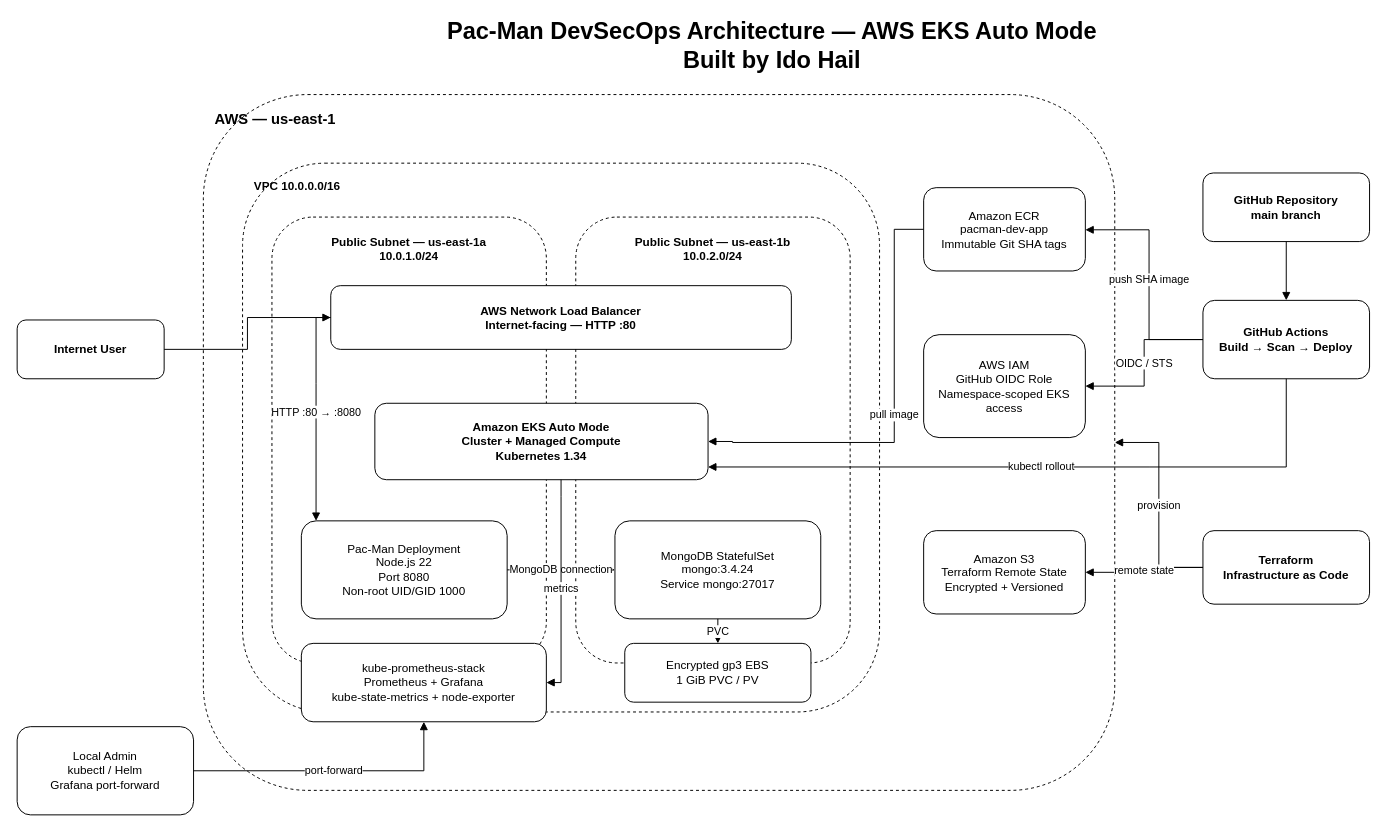
Earlier version of the draw.io diagram docs/architecture.drawio (ido-hail/pacman-project). Source tidied: cells renumbered, new cells numbered last; positions are measured from the earlier drawing's top-left corner, leaving out a move shared by most shapes. Both pictures are drawn from the tidied source at 98%, with x=0, y=0 at pixel (17, 25).
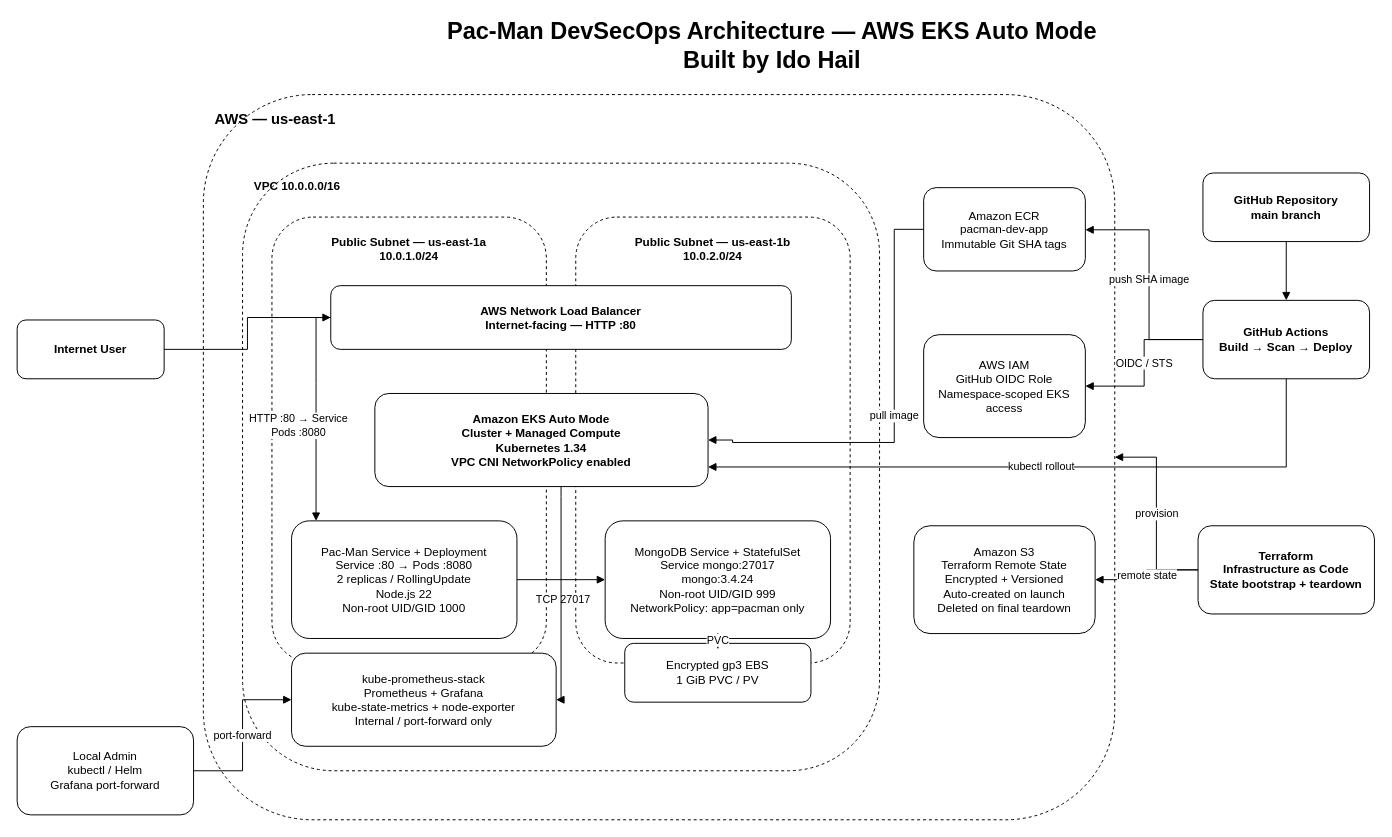
The same diagram, later.

Commit message (it also covers changes not shown here):
finalize project architecture diagram [skip ci]

The change refers to these unchanged cells:
```xml
<mxCell id="8" value="AWS Network Load Balancer&#10;Internet-facing — HTTP :80" style="rounded=1;whiteSpace=wrap;html=1;align=center;verticalAlign=middle;fontStyle=1;" parent="1" vertex="1">
  <mxGeometry x="320" y="265" width="470" height="65" as="geometry" />
</mxCell>
```

Change to the diagram source:
```diff
@@
     <mxCell id="4" value="AWS — us-east-1" style="rounded=1;whiteSpace=wrap;html=1;dashed=1;verticalAlign=top;align=left;spacingTop=10;spacingLeft=10;fontStyle=1;fontSize=15;" parent="1" vertex="1">
-      <mxGeometry x="190" y="70" width="930" height="710" as="geometry" />
+      <mxGeometry x="190" y="70" width="930" height="740" as="geometry" />
     </mxCell>
     <mxCell id="5" value="VPC 10.0.0.0/16" style="rounded=1;whiteSpace=wrap;html=1;dashed=1;verticalAlign=top;align=left;spacingTop=10;spacingLeft=10;fontStyle=1;" parent="1" vertex="1">
-      <mxGeometry x="230" y="140" width="650" height="560" as="geometry" />
+      <mxGeometry x="230" y="140" width="650" height="620" as="geometry" />
     </mxCell>
@@
-    <mxCell id="9" value="Amazon EKS Auto Mode&#10;Cluster + Managed Compute&#10;Kubernetes 1.34" style="rounded=1;whiteSpace=wrap;html=1;align=center;verticalAlign=middle;fontStyle=1;" parent="1" vertex="1">
-      <mxGeometry x="365" y="385" width="340" height="78" as="geometry" />
+    <mxCell id="9" value="Amazon EKS Auto Mode&#10;Cluster + Managed Compute&#10;Kubernetes 1.34&#10;VPC CNI NetworkPolicy enabled" style="rounded=1;whiteSpace=wrap;html=1;align=center;verticalAlign=middle;fontStyle=1;" parent="1" vertex="1">
+      <mxGeometry x="365" y="375" width="340" height="95" as="geometry" />
     </mxCell>
-    <mxCell id="10" value="Pac-Man Deployment&#10;Node.js 22&#10;Port 8080&#10;Non-root UID/GID 1000" style="rounded=1;whiteSpace=wrap;html=1;align=center;verticalAlign=middle;" parent="1" vertex="1">
-      <mxGeometry x="290" y="505" width="210" height="100" as="geometry" />
+    <mxCell id="10" value="Pac-Man Service + Deployment&#10;Service :80 → Pods :8080&#10;2 replicas / RollingUpdate&#10;Node.js 22&#10;Non-root UID/GID 1000" style="rounded=1;whiteSpace=wrap;html=1;align=center;verticalAlign=middle;" parent="1" vertex="1">
+      <mxGeometry x="280" y="505" width="230" height="120" as="geometry" />
     </mxCell>
-    <mxCell id="11" value="MongoDB StatefulSet&#10;mongo:3.4.24&#10;Service mongo:27017" style="rounded=1;whiteSpace=wrap;html=1;align=center;verticalAlign=middle;" parent="1" vertex="1">
-      <mxGeometry x="610" y="505" width="210" height="100" as="geometry" />
+    <mxCell id="11" value="MongoDB Service + StatefulSet&#10;Service mongo:27017&#10;mongo:3.4.24&#10;Non-root UID/GID 999&#10;NetworkPolicy: app=pacman only" style="rounded=1;whiteSpace=wrap;html=1;align=center;verticalAlign=middle;" parent="1" vertex="1">
+      <mxGeometry x="600" y="505" width="230" height="120" as="geometry" />
     </mxCell>
-    <mxCell id="12" value="kube-prometheus-stack&#10;Prometheus + Grafana&#10;kube-state-metrics + node-exporter" style="rounded=1;whiteSpace=wrap;html=1;align=center;verticalAlign=middle;" parent="1" vertex="1">
-      <mxGeometry x="290" y="630" width="250" height="80" as="geometry" />
+    <mxCell id="12" value="kube-prometheus-stack&#10;Prometheus + Grafana&#10;kube-state-metrics + node-exporter&#10;Internal / port-forward only" style="rounded=1;whiteSpace=wrap;html=1;align=center;verticalAlign=middle;" parent="1" vertex="1">
+      <mxGeometry x="280" y="640" width="270" height="95" as="geometry" />
     </mxCell>
@@
-    <mxCell id="16" value="Amazon S3&#10;Terraform Remote State&#10;Encrypted + Versioned" style="rounded=1;whiteSpace=wrap;html=1;align=center;verticalAlign=middle;" parent="1" vertex="1">
-      <mxGeometry x="925" y="515" width="165" height="85" as="geometry" />
+    <mxCell id="16" value="Amazon S3&#10;Terraform Remote State&#10;Encrypted + Versioned&#10;Auto-created on launch&#10;Deleted on final teardown" style="rounded=1;whiteSpace=wrap;html=1;align=center;verticalAlign=middle;" parent="1" vertex="1">
+      <mxGeometry x="915" y="510" width="185" height="110" as="geometry" />
     </mxCell>
@@
-    <mxCell id="19" value="Terraform&#10;Infrastructure as Code" style="rounded=1;whiteSpace=wrap;html=1;align=center;verticalAlign=middle;fontStyle=1;" parent="1" vertex="1">
-      <mxGeometry x="1210" y="515" width="170" height="75" as="geometry" />
+    <mxCell id="19" value="Terraform&#10;Infrastructure as Code&#10;State bootstrap + teardown" style="rounded=1;whiteSpace=wrap;html=1;align=center;verticalAlign=middle;fontStyle=1;" parent="1" vertex="1">
+      <mxGeometry x="1205" y="510" width="180" height="90" as="geometry" />
     </mxCell>
@@
-    <mxCell id="22" value="HTTP :80 → :8080" style="edgeStyle=orthogonalEdgeStyle;rounded=0;html=1;endArrow=block;labelBackgroundColor=default;" parent="1" edge="1" source="8" target="10">
-      <mxGeometry relative="1" as="geometry">
+    <mxCell id="22" value="HTTP :80 → Service&#10;Pods :8080" style="edgeStyle=orthogonalEdgeStyle;rounded=0;html=1;endArrow=block;labelBackgroundColor=default;" parent="1" edge="1" source="8" target="10">
+      <mxGeometry x="0.12" y="-18" relative="1" as="geometry">
         <Array as="points">
           <mxPoint x="305" y="365" />
           <mxPoint x="305" y="480" />
         </Array>
       </mxGeometry>
     </mxCell>
-    <mxCell id="23" value="MongoDB connection" style="edgeStyle=orthogonalEdgeStyle;rounded=0;html=1;endArrow=block;labelBackgroundColor=default;" parent="1" edge="1" source="10" target="11">
-      <mxGeometry relative="1" as="geometry" />
+    <mxCell id="23" value="TCP 27017" style="edgeStyle=orthogonalEdgeStyle;rounded=0;html=1;endArrow=block;labelBackgroundColor=default;" parent="1" edge="1" source="10" target="11">
+      <mxGeometry x="0.05" y="-20" relative="1" as="geometry" />
     </mxCell>
@@
-    <mxCell id="25" value="metrics" style="edgeStyle=orthogonalEdgeStyle;rounded=0;html=1;endArrow=block;labelBackgroundColor=default;" parent="1" edge="1" source="9" target="12">
-      <mxGeometry relative="1" as="geometry">
+    <mxCell id="25" style="edgeStyle=orthogonalEdgeStyle;rounded=0;html=1;endArrow=block;labelBackgroundColor=default;" parent="1" edge="1" source="9" target="12">
+      <mxGeometry x="0.26" y="5" relative="1" as="geometry">
         <Array as="points">
           <mxPoint x="555" y="480" />
           <mxPoint x="555" y="670" />
         </Array>
       </mxGeometry>
     </mxCell>
```
